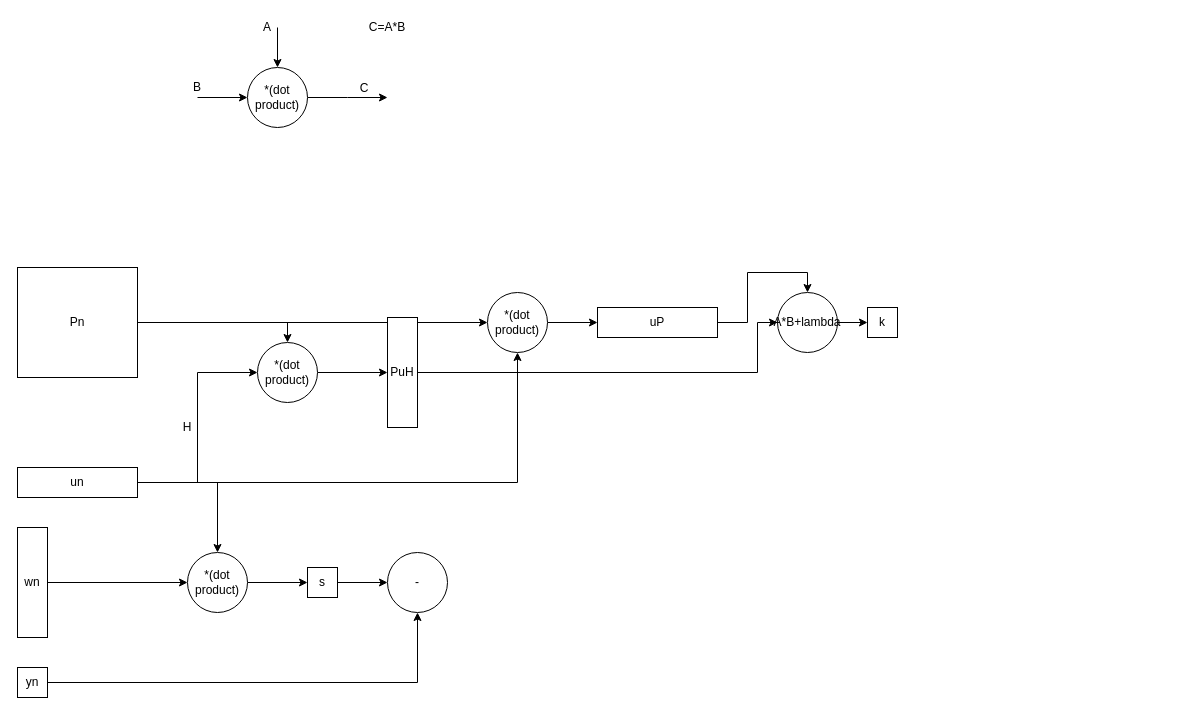
Earlier version of the draw.io diagram rls_n.drawio (Momenttt/hellogithub). Source tidied: cells renumbered, new cells numbered last; positions are measured from the earlier drawing's top-left corner, leaving out a move shared by most shapes. Both pictures are drawn from the tidied source at 100%, with x=0, y=0 at pixel (17, 17).
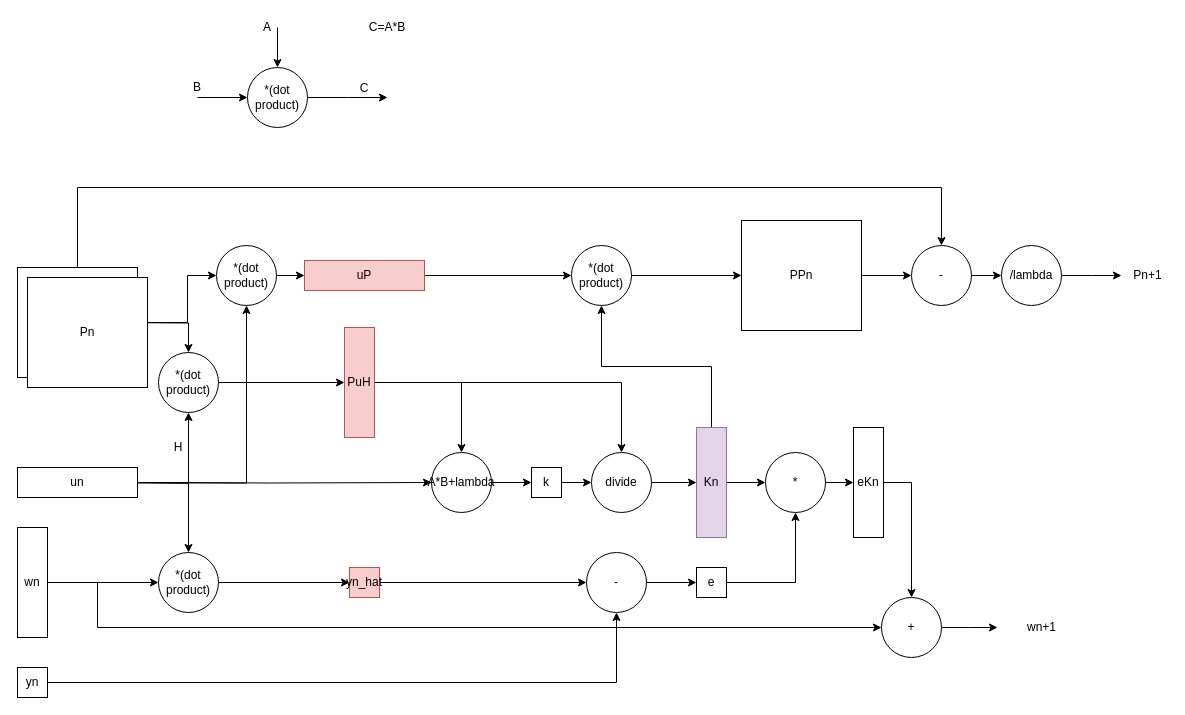
After the change.

Unchanged cells that the change refers to:
```xml
<mxCell id="8" value="un" style="rounded=0;whiteSpace=wrap;html=1;" parent="1" vertex="1">
  <mxGeometry y="450" width="120" height="30" as="geometry" />
</mxCell>
<mxCell id="10" value="wn" style="rounded=0;whiteSpace=wrap;html=1;" parent="1" vertex="1">
  <mxGeometry y="510" width="30" height="110" as="geometry" />
</mxCell>
<mxCell id="13" value="Pn" style="rounded=0;whiteSpace=wrap;html=1;" parent="1" vertex="1">
  <mxGeometry y="250" width="120" height="110" as="geometry" />
</mxCell>
```

What changed in the source:
```diff
@@
+    <mxCell id="38" style="edgeStyle=orthogonalEdgeStyle;rounded=0;jettySize=auto;html=1;entryX=0;entryY=0.5;entryDx=0;entryDy=0;" parent="1" edge="1" source="4" target="46">
+      <mxGeometry relative="1" as="geometry" />
+    </mxCell>
     <mxCell id="4" value="-" style="ellipse;whiteSpace=wrap;html=1;" parent="1" vertex="1">
-      <mxGeometry x="370" y="535" width="60" height="60" as="geometry" />
+      <mxGeometry x="569" y="535" width="60" height="60" as="geometry" />
     </mxCell>
-    <mxCell id="5" style="edgeStyle=orthogonalEdgeStyle;rounded=0;jettySize=auto;html=1;exitX=1;exitY=0.5;exitDx=0;exitDy=0;" parent="1" edge="1" source="8" target="15">
-      <mxGeometry relative="1" as="geometry" />
+    <mxCell id="5" style="edgeStyle=orthogonalEdgeStyle;rounded=0;jettySize=auto;html=1;exitX=1;exitY=0.5;exitDx=0;exitDy=0;" parent="1" edge="1" target="15">
+      <mxGeometry relative="1" as="geometry">
+        <mxPoint x="91" y="465" as="sourcePoint" />
+      </mxGeometry>
     </mxCell>
-    <mxCell id="6" style="edgeStyle=orthogonalEdgeStyle;rounded=0;jettySize=auto;html=1;exitX=1;exitY=0.5;exitDx=0;exitDy=0;entryX=0;entryY=0.5;entryDx=0;entryDy=0;" parent="1" edge="1" source="8" target="21">
-      <mxGeometry relative="1" as="geometry" />
+    <mxCell id="6" style="edgeStyle=orthogonalEdgeStyle;rounded=0;jettySize=auto;html=1;exitX=1;exitY=0.5;exitDx=0;exitDy=0;entryX=0.5;entryY=1;entryDx=0;entryDy=0;" parent="1" edge="1" target="21">
+      <mxGeometry relative="1" as="geometry">
+        <mxPoint x="91" y="465" as="sourcePoint" />
+      </mxGeometry>
     </mxCell>
-    <mxCell id="7" style="edgeStyle=orthogonalEdgeStyle;rounded=0;jettySize=auto;html=1;exitX=1;exitY=0.5;exitDx=0;exitDy=0;entryX=0.5;entryY=1;entryDx=0;entryDy=0;" parent="1" edge="1" source="8" target="26">
-      <mxGeometry relative="1" as="geometry" />
+    <mxCell id="7" style="edgeStyle=orthogonalEdgeStyle;rounded=0;jettySize=auto;html=1;exitX=1;exitY=0.5;exitDx=0;exitDy=0;entryX=0.5;entryY=1;entryDx=0;entryDy=0;" parent="1" edge="1" target="26">
+      <mxGeometry relative="1" as="geometry">
+        <mxPoint x="91" y="465" as="sourcePoint" />
+      </mxGeometry>
     </mxCell>
+    <mxCell id="39" style="edgeStyle=orthogonalEdgeStyle;rounded=0;jettySize=auto;html=1;exitX=1;exitY=0.5;exitDx=0;exitDy=0;entryX=0;entryY=0.5;entryDx=0;entryDy=0;" parent="1" edge="1" target="17">
+      <mxGeometry relative="1" as="geometry">
+        <mxPoint x="91" y="465" as="sourcePoint" />
+      </mxGeometry>
+    </mxCell>
@@
+    <mxCell id="40" style="edgeStyle=orthogonalEdgeStyle;rounded=0;jettySize=auto;html=1;exitX=1;exitY=0.5;exitDx=0;exitDy=0;" parent="1" edge="1" source="10" target="65">
+      <mxGeometry relative="1" as="geometry">
+        <Array as="points">
+          <mxPoint x="80" y="565" />
+          <mxPoint x="80" y="610" />
+        </Array>
+      </mxGeometry>
+    </mxCell>
@@
-    <mxCell id="11" style="edgeStyle=orthogonalEdgeStyle;rounded=0;jettySize=auto;html=1;exitX=1;exitY=0.5;exitDx=0;exitDy=0;entryX=0.5;entryY=0;entryDx=0;entryDy=0;" parent="1" edge="1" source="13" target="21">
-      <mxGeometry relative="1" as="geometry" />
+    <mxCell id="11" style="edgeStyle=orthogonalEdgeStyle;rounded=0;jettySize=auto;html=1;exitX=1;exitY=0.5;exitDx=0;exitDy=0;entryX=0.5;entryY=0;entryDx=0;entryDy=0;" parent="1" edge="1" target="21">
+      <mxGeometry relative="1" as="geometry">
+        <mxPoint x="91" y="305" as="sourcePoint" />
+      </mxGeometry>
     </mxCell>
-    <mxCell id="12" style="edgeStyle=orthogonalEdgeStyle;rounded=0;jettySize=auto;html=1;exitX=1;exitY=0.5;exitDx=0;exitDy=0;entryX=0;entryY=0.5;entryDx=0;entryDy=0;" parent="1" edge="1" source="13" target="26">
-      <mxGeometry relative="1" as="geometry" />
+    <mxCell id="12" style="edgeStyle=orthogonalEdgeStyle;rounded=0;jettySize=auto;html=1;exitX=1;exitY=0.5;exitDx=0;exitDy=0;entryX=0;entryY=0.5;entryDx=0;entryDy=0;" parent="1" edge="1" target="26">
+      <mxGeometry relative="1" as="geometry">
+        <mxPoint x="91" y="305" as="sourcePoint" />
+        <Array as="points">
+          <mxPoint x="170" y="305" />
+          <mxPoint x="170" y="258" />
+        </Array>
+      </mxGeometry>
     </mxCell>
+    <mxCell id="41" style="edgeStyle=orthogonalEdgeStyle;rounded=0;jettySize=auto;html=1;exitX=0.5;exitY=0;exitDx=0;exitDy=0;entryX=0.5;entryY=0;entryDx=0;entryDy=0;" parent="1" edge="1" source="13" target="61">
+      <mxGeometry relative="1" as="geometry">
+        <Array as="points">
+          <mxPoint x="60" y="170" />
+          <mxPoint x="924" y="170" />
+        </Array>
+      </mxGeometry>
+    </mxCell>
@@
     <mxCell id="15" value="*(dot product)" style="ellipse;whiteSpace=wrap;html=1;" parent="1" vertex="1">
-      <mxGeometry x="170" y="535" width="60" height="60" as="geometry" />
+      <mxGeometry x="141" y="535" width="60" height="60" as="geometry" />
     </mxCell>
@@
     <mxCell id="17" value="A*B+lambda" style="ellipse;whiteSpace=wrap;html=1;" parent="1" vertex="1">
-      <mxGeometry x="760" y="275" width="60" height="60" as="geometry" />
+      <mxGeometry x="414" y="435" width="60" height="60" as="geometry" />
     </mxCell>
-    <mxCell id="18" style="edgeStyle=orthogonalEdgeStyle;rounded=0;jettySize=auto;html=1;exitX=1;exitY=0.5;exitDx=0;exitDy=0;entryX=0;entryY=0.5;entryDx=0;entryDy=0;" parent="1" edge="1" source="19" target="4">
+    <mxCell id="18" style="edgeStyle=orthogonalEdgeStyle;rounded=0;jettySize=auto;html=1;exitX=1;exitY=0.5;exitDx=0;exitDy=0;" parent="1" edge="1" source="19" target="4">
       <mxGeometry relative="1" as="geometry" />
     </mxCell>
-    <mxCell id="19" value="s" style="rounded=0;whiteSpace=wrap;html=1;" parent="1" vertex="1">
-      <mxGeometry x="290" y="550" width="30" height="30" as="geometry" />
+    <mxCell id="19" value="yn_hat" style="rounded=0;whiteSpace=wrap;html=1;fillColor=#f8cecc;strokeColor=#b85450;" parent="1" vertex="1">
+      <mxGeometry x="332" y="550" width="30" height="30" as="geometry" />
     </mxCell>
@@
     <mxCell id="21" value="*(dot product)" style="ellipse;whiteSpace=wrap;html=1;" parent="1" vertex="1">
-      <mxGeometry x="240" y="325" width="60" height="60" as="geometry" />
+      <mxGeometry x="141" y="335" width="60" height="60" as="geometry" />
     </mxCell>
     <mxCell id="22" value="H" style="text;html=1;strokeColor=none;fillColor=none;align=center;verticalAlign=middle;whiteSpace=wrap;rounded=0;" parent="1" vertex="1">
-      <mxGeometry x="150" y="400" width="40" height="20" as="geometry" />
+      <mxGeometry x="141" y="420" width="40" height="20" as="geometry" />
     </mxCell>
+    <mxCell id="42" style="edgeStyle=orthogonalEdgeStyle;rounded=0;jettySize=auto;html=1;exitX=1;exitY=0.5;exitDx=0;exitDy=0;" parent="1" edge="1" source="24" target="48">
+      <mxGeometry relative="1" as="geometry" />
+    </mxCell>
-    <mxCell id="23" style="edgeStyle=orthogonalEdgeStyle;rounded=0;jettySize=auto;html=1;exitX=1;exitY=0.5;exitDx=0;exitDy=0;entryX=0;entryY=0.5;entryDx=0;entryDy=0;" parent="1" edge="1" source="24" target="17">
-      <mxGeometry relative="1" as="geometry">
-        <Array as="points">
-          <mxPoint x="740" y="355" />
-          <mxPoint x="740" y="305" />
-        </Array>
-      </mxGeometry>
+    <mxCell id="23" style="edgeStyle=orthogonalEdgeStyle;rounded=0;jettySize=auto;html=1;exitX=1;exitY=0.5;exitDx=0;exitDy=0;entryX=0.5;entryY=0;entryDx=0;entryDy=0;" parent="1" edge="1" source="24" target="17">
+      <mxGeometry relative="1" as="geometry" />
     </mxCell>
-    <mxCell id="24" value="PuH" style="rounded=0;whiteSpace=wrap;html=1;" parent="1" vertex="1">
-      <mxGeometry x="370" y="300" width="30" height="110" as="geometry" />
+    <mxCell id="24" value="PuH" style="rounded=0;whiteSpace=wrap;html=1;fillColor=#f8cecc;strokeColor=#b85450;" parent="1" vertex="1">
+      <mxGeometry x="327" y="310" width="30" height="110" as="geometry" />
     </mxCell>
@@
     <mxCell id="26" value="*(dot product)" style="ellipse;whiteSpace=wrap;html=1;" parent="1" vertex="1">
-      <mxGeometry x="470" y="275" width="60" height="60" as="geometry" />
+      <mxGeometry x="199" y="228" width="60" height="60" as="geometry" />
     </mxCell>
-    <mxCell id="27" style="edgeStyle=orthogonalEdgeStyle;rounded=0;jettySize=auto;html=1;exitX=1;exitY=0.5;exitDx=0;exitDy=0;entryX=0.5;entryY=0;entryDx=0;entryDy=0;" parent="1" edge="1" source="28" target="17">
-      <mxGeometry relative="1" as="geometry" />
-    </mxCell>
+    <mxCell id="43" style="edgeStyle=orthogonalEdgeStyle;rounded=0;jettySize=auto;html=1;exitX=1;exitY=0.5;exitDx=0;exitDy=0;entryX=0;entryY=0.5;entryDx=0;entryDy=0;" parent="1" edge="1" source="28" target="57">
+      <mxGeometry relative="1" as="geometry" />
+    </mxCell>
-    <mxCell id="28" value="uP" style="rounded=0;whiteSpace=wrap;html=1;" parent="1" vertex="1">
-      <mxGeometry x="580" y="290" width="120" height="30" as="geometry" />
+    <mxCell id="28" value="uP" style="rounded=0;whiteSpace=wrap;html=1;fillColor=#f8cecc;strokeColor=#b85450;" parent="1" vertex="1">
+      <mxGeometry x="287" y="243" width="120" height="30" as="geometry" />
     </mxCell>
+    <mxCell id="44" style="edgeStyle=orthogonalEdgeStyle;rounded=0;jettySize=auto;html=1;exitX=1;exitY=0.5;exitDx=0;exitDy=0;entryX=0;entryY=0.5;entryDx=0;entryDy=0;" parent="1" edge="1" source="29" target="48">
+      <mxGeometry relative="1" as="geometry" />
+    </mxCell>
     <mxCell id="29" value="k" style="rounded=0;whiteSpace=wrap;html=1;" parent="1" vertex="1">
-      <mxGeometry x="850" y="290" width="30" height="30" as="geometry" />
+      <mxGeometry x="514" y="450" width="30" height="30" as="geometry" />
     </mxCell>
@@
+    <mxCell id="45" style="edgeStyle=orthogonalEdgeStyle;rounded=0;jettySize=auto;html=1;exitX=1;exitY=0.5;exitDx=0;exitDy=0;entryX=0.5;entryY=1;entryDx=0;entryDy=0;" parent="1" edge="1" source="46" target="53">
+      <mxGeometry relative="1" as="geometry" />
+    </mxCell>
+    <mxCell id="46" value="e" style="rounded=0;whiteSpace=wrap;html=1;" parent="1" vertex="1">
+      <mxGeometry x="679" y="550" width="30" height="30" as="geometry" />
+    </mxCell>
+    <mxCell id="47" style="edgeStyle=orthogonalEdgeStyle;rounded=0;jettySize=auto;html=1;exitX=1;exitY=0.5;exitDx=0;exitDy=0;entryX=0;entryY=0.5;entryDx=0;entryDy=0;" parent="1" edge="1" source="48" target="51">
+      <mxGeometry relative="1" as="geometry" />
+    </mxCell>
+    <mxCell id="48" value="divide" style="ellipse;whiteSpace=wrap;html=1;" parent="1" vertex="1">
+      <mxGeometry x="574" y="435" width="60" height="60" as="geometry" />
+    </mxCell>
+    <mxCell id="49" style="edgeStyle=orthogonalEdgeStyle;rounded=0;jettySize=auto;html=1;exitX=0.5;exitY=0;exitDx=0;exitDy=0;" parent="1" edge="1" source="51" target="57">
+      <mxGeometry relative="1" as="geometry" />
+    </mxCell>
+    <mxCell id="50" style="edgeStyle=orthogonalEdgeStyle;rounded=0;jettySize=auto;html=1;exitX=1;exitY=0.5;exitDx=0;exitDy=0;entryX=0;entryY=0.5;entryDx=0;entryDy=0;" parent="1" edge="1" source="51" target="53">
+      <mxGeometry relative="1" as="geometry" />
+    </mxCell>
+    <mxCell id="51" value="Kn" style="rounded=0;whiteSpace=wrap;html=1;fillColor=#e1d5e7;strokeColor=#9673a6;" parent="1" vertex="1">
+      <mxGeometry x="679" y="410" width="30" height="110" as="geometry" />
+    </mxCell>
+    <mxCell id="52" style="edgeStyle=orthogonalEdgeStyle;rounded=0;jettySize=auto;html=1;exitX=1;exitY=0.5;exitDx=0;exitDy=0;entryX=0;entryY=0.5;entryDx=0;entryDy=0;" parent="1" edge="1" source="53" target="55">
+      <mxGeometry relative="1" as="geometry" />
+    </mxCell>
+    <mxCell id="53" value="*" style="ellipse;whiteSpace=wrap;html=1;" parent="1" vertex="1">
+      <mxGeometry x="748" y="435" width="60" height="60" as="geometry" />
+    </mxCell>
+    <mxCell id="54" style="edgeStyle=orthogonalEdgeStyle;rounded=0;jettySize=auto;html=1;exitX=1;exitY=0.5;exitDx=0;exitDy=0;entryX=0.5;entryY=0;entryDx=0;entryDy=0;" parent="1" edge="1" source="55" target="65">
+      <mxGeometry relative="1" as="geometry" />
+    </mxCell>
+    <mxCell id="55" value="eKn" style="rounded=0;whiteSpace=wrap;html=1;" parent="1" vertex="1">
+      <mxGeometry x="836" y="410" width="30" height="110" as="geometry" />
+    </mxCell>
+    <mxCell id="56" style="edgeStyle=orthogonalEdgeStyle;rounded=0;jettySize=auto;html=1;exitX=1;exitY=0.5;exitDx=0;exitDy=0;entryX=0;entryY=0.5;entryDx=0;entryDy=0;" parent="1" edge="1" source="57" target="59">
+      <mxGeometry relative="1" as="geometry" />
+    </mxCell>
+    <mxCell id="57" value="*(dot product)" style="ellipse;whiteSpace=wrap;html=1;" parent="1" vertex="1">
+      <mxGeometry x="554" y="228" width="60" height="60" as="geometry" />
+    </mxCell>
+    <mxCell id="58" style="edgeStyle=orthogonalEdgeStyle;rounded=0;jettySize=auto;html=1;exitX=1;exitY=0.5;exitDx=0;exitDy=0;entryX=0;entryY=0.5;entryDx=0;entryDy=0;" parent="1" edge="1" source="59" target="61">
+      <mxGeometry relative="1" as="geometry" />
+    </mxCell>
+    <mxCell id="59" value="PPn" style="rounded=0;whiteSpace=wrap;html=1;" parent="1" vertex="1">
+      <mxGeometry x="724" y="203" width="120" height="110" as="geometry" />
+    </mxCell>
+    <mxCell id="60" style="edgeStyle=orthogonalEdgeStyle;rounded=0;jettySize=auto;html=1;exitX=1;exitY=0.5;exitDx=0;exitDy=0;entryX=0;entryY=0.5;entryDx=0;entryDy=0;" parent="1" edge="1" source="61">
+      <mxGeometry relative="1" as="geometry">
+        <mxPoint x="984" y="258" as="targetPoint" />
+      </mxGeometry>
+    </mxCell>
+    <mxCell id="61" value="-" style="ellipse;whiteSpace=wrap;html=1;" parent="1" vertex="1">
+      <mxGeometry x="894" y="228" width="60" height="60" as="geometry" />
+    </mxCell>
+    <mxCell id="62" style="edgeStyle=orthogonalEdgeStyle;rounded=0;jettySize=auto;html=1;exitX=1;exitY=0.5;exitDx=0;exitDy=0;" parent="1" edge="1" source="63">
+      <mxGeometry relative="1" as="geometry">
+        <mxPoint x="1104" y="258" as="targetPoint" />
+      </mxGeometry>
+    </mxCell>
+    <mxCell id="63" value="/lambda" style="ellipse;whiteSpace=wrap;html=1;" parent="1" vertex="1">
+      <mxGeometry x="984" y="228" width="60" height="60" as="geometry" />
+    </mxCell>
+    <mxCell id="64" style="edgeStyle=orthogonalEdgeStyle;rounded=0;jettySize=auto;html=1;exitX=1;exitY=0.5;exitDx=0;exitDy=0;" parent="1" edge="1" source="65">
+      <mxGeometry relative="1" as="geometry">
+        <mxPoint x="980" y="610" as="targetPoint" />
+      </mxGeometry>
+    </mxCell>
+    <mxCell id="65" value="+" style="ellipse;whiteSpace=wrap;html=1;" parent="1" vertex="1">
+      <mxGeometry x="864" y="580" width="60" height="60" as="geometry" />
+    </mxCell>
+    <mxCell id="66" value="Pn+1" style="text;html=1;align=center;verticalAlign=middle;" parent="1" vertex="1">
+      <mxGeometry x="1110" y="248" width="40" height="20" as="geometry" />
+    </mxCell>
+    <mxCell id="67" value="wn+1" style="text;html=1;align=center;verticalAlign=middle;" parent="1" vertex="1">
+      <mxGeometry x="1004" y="600" width="40" height="20" as="geometry" />
+    </mxCell>
+    <mxCell id="68" value="Pn" style="rounded=0;whiteSpace=wrap;html=1;" parent="1" vertex="1">
+      <mxGeometry x="10" y="260" width="120" height="110" as="geometry" />
+    </mxCell>
```
